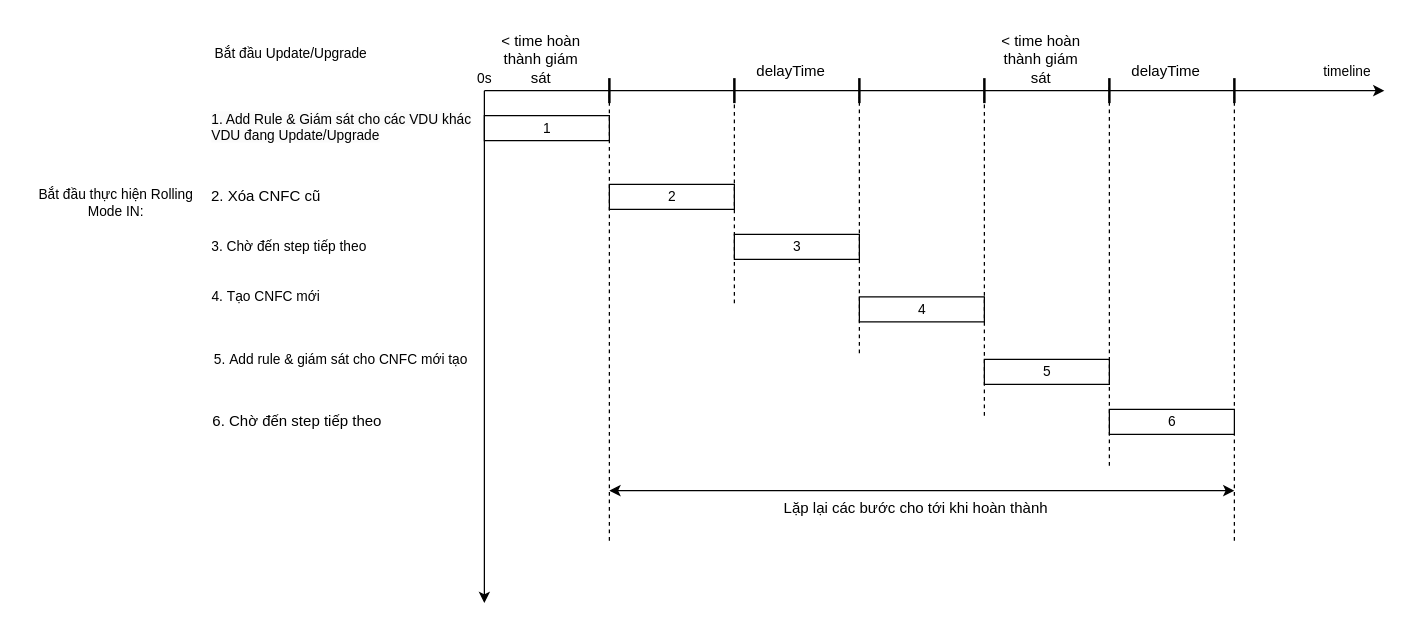
hiep1097/drawio keeps this draw.io diagram as page "timeline rolling in" (9 of 9) of monitoring update upgrade.drawio. Above is the earlier version. Source tidied: cells renumbered, new cells numbered last; positions are measured from the earlier drawing's top-left corner, leaving out a move shared by most shapes. Both pictures are drawn from the tidied source at 125%, with x=0, y=0 at pixel (21, 21).
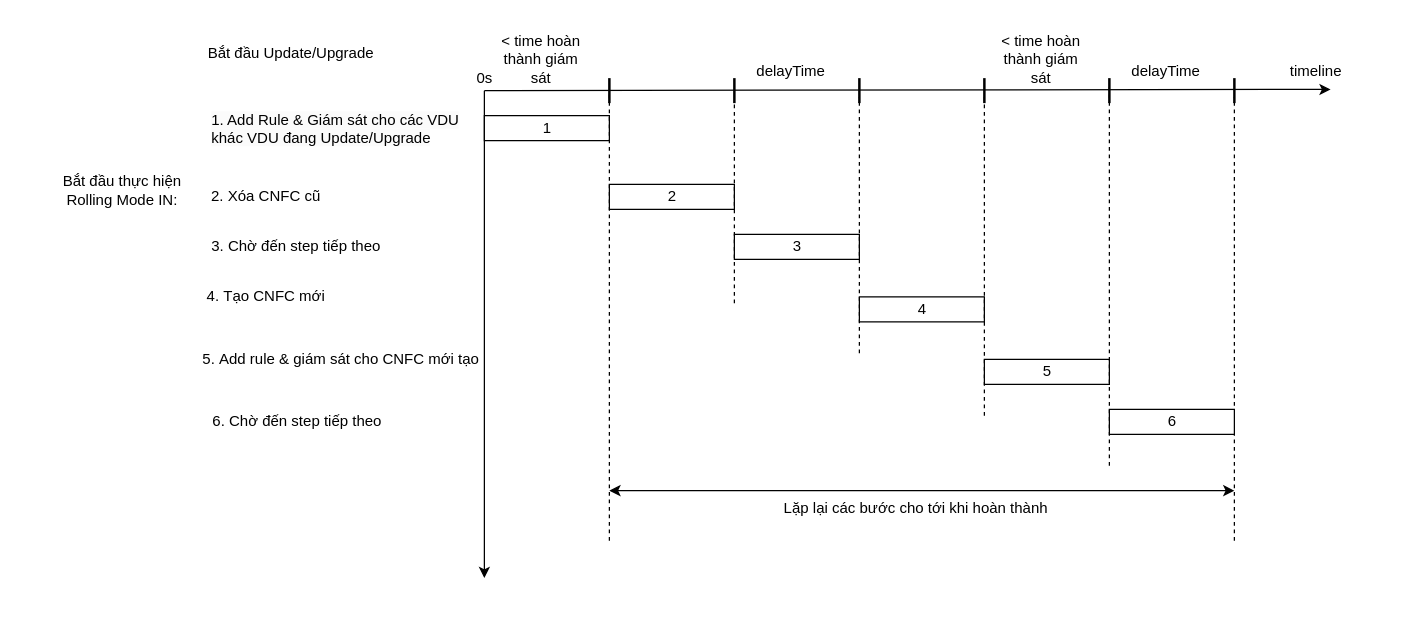
After the change.

Change to the diagram source:
```diff
@@
-    <mxCell id="2" style="endArrow=classic;html=1;rounded=0;fontSize=11;" parent="1" edge="1">
+    <mxCell id="2" style="endArrow=classic;html=1;rounded=0;fontSize=12;entryX=0.7;entryY=0.967;entryDx=0;entryDy=0;entryPerimeter=0;" parent="1" edge="1" target="3">
       <mxGeometry relative="1" as="geometry">
         <mxPoint x="370" y="55" as="sourcePoint" />
-        <mxPoint x="1090" y="55" as="targetPoint" />
       </mxGeometry>
     </mxCell>
-    <mxCell id="3" value="timeline" style="text;html=1;align=center;verticalAlign=middle;points=[];strokeColor=none;fillColor=none;fontSize=11;" parent="1" vertex="1">
-      <mxGeometry x="1030" y="25" width="60" height="30" as="geometry" />
+    <mxCell id="3" value="timeline" style="text;html=1;align=center;verticalAlign=middle;points=[];strokeColor=none;fillColor=none;fontSize=12;" parent="1" vertex="1">
+      <mxGeometry x="1005" y="25" width="60" height="30" as="geometry" />
     </mxCell>
-    <mxCell id="4" value="0s" style="text;html=1;align=center;verticalAlign=middle;strokeColor=none;fillColor=none;fontSize=11;" parent="1" vertex="1">
+    <mxCell id="4" value="0s" style="text;html=1;align=center;verticalAlign=middle;strokeColor=none;fillColor=none;fontSize=12;" parent="1" vertex="1">
       <mxGeometry x="350" y="30" width="40" height="30" as="geometry" />
     </mxCell>
-    <mxCell id="5" style="endArrow=classic;html=1;rounded=0;fontSize=11;" parent="1" edge="1">
+    <mxCell id="5" style="endArrow=classic;html=1;rounded=0;fontSize=12;" parent="1" edge="1">
       <mxGeometry relative="1" as="geometry">
         <mxPoint x="370" y="55" as="sourcePoint" />
-        <mxPoint x="370" y="465" as="targetPoint" />
+        <mxPoint x="370" y="445" as="targetPoint" />
       </mxGeometry>
     </mxCell>
-    <mxCell id="6" value="1" style="html=1;perimeter=orthogonalPerimeter;targetShapes=umlLifeline;newEdgeStyle={&quot;curved&quot;:0,&quot;rounded&quot;:0};fontSize=11;" parent="1" vertex="1">
+    <mxCell id="6" value="1" style="html=1;perimeter=orthogonalPerimeter;targetShapes=umlLifeline;newEdgeStyle={&quot;curved&quot;:0,&quot;rounded&quot;:0};fontSize=12;" parent="1" vertex="1">
       <mxGeometry x="370" y="75" width="100" height="20" as="geometry" />
     </mxCell>
-    <mxCell id="7" style="line;strokeWidth=2;direction=south;html=1;fontSize=11;" parent="1" vertex="1">
+    <mxCell id="7" style="line;strokeWidth=2;direction=south;html=1;fontSize=12;" parent="1" vertex="1">
       <mxGeometry x="565" y="45" width="10" height="20" as="geometry" />
     </mxCell>
-    <mxCell id="8" style="line;strokeWidth=2;direction=south;html=1;fontSize=11;" parent="1" vertex="1">
+    <mxCell id="8" style="line;strokeWidth=2;direction=south;html=1;fontSize=12;" parent="1" vertex="1">
       <mxGeometry x="665" y="45" width="10" height="20" as="geometry" />
     </mxCell>
-    <mxCell id="9" style="line;strokeWidth=2;direction=south;html=1;fontSize=11;" parent="1" vertex="1">
+    <mxCell id="9" style="line;strokeWidth=2;direction=south;html=1;fontSize=12;" parent="1" vertex="1">
       <mxGeometry x="765" y="45" width="10" height="20" as="geometry" />
     </mxCell>
-    <mxCell id="10" style="line;strokeWidth=2;direction=south;html=1;fontSize=11;" parent="1" vertex="1">
+    <mxCell id="10" style="line;strokeWidth=2;direction=south;html=1;fontSize=12;" parent="1" vertex="1">
       <mxGeometry x="865" y="45" width="10" height="20" as="geometry" />
     </mxCell>
-    <mxCell id="11" style="line;strokeWidth=2;direction=south;html=1;fontSize=11;" parent="1" vertex="1">
+    <mxCell id="11" style="line;strokeWidth=2;direction=south;html=1;fontSize=12;" parent="1" vertex="1">
       <mxGeometry x="965" y="45" width="10" height="20" as="geometry" />
     </mxCell>
-    <mxCell id="12" value="Bắt đầu Update/Upgrade" style="text;html=1;align=center;verticalAlign=middle;strokeColor=none;fillColor=none;fontSize=11;" parent="1" vertex="1">
-      <mxGeometry x="140" y="10" width="150" height="30" as="geometry" />
+    <mxCell id="12" value="Bắt đầu Update/Upgrade" style="text;html=1;align=center;verticalAlign=middle;strokeColor=none;fillColor=none;fontSize=12;" parent="1" vertex="1">
+      <mxGeometry x="135" y="10" width="160" height="30" as="geometry" />
     </mxCell>
-    <mxCell id="13" value="2" style="html=1;perimeter=orthogonalPerimeter;targetShapes=umlLifeline;newEdgeStyle={&quot;curved&quot;:0,&quot;rounded&quot;:0};fontSize=11;" parent="1" vertex="1">
+    <mxCell id="13" value="2" style="html=1;perimeter=orthogonalPerimeter;targetShapes=umlLifeline;newEdgeStyle={&quot;curved&quot;:0,&quot;rounded&quot;:0};fontSize=12;" parent="1" vertex="1">
       <mxGeometry x="470" y="130" width="100" height="20" as="geometry" />
     </mxCell>
-    <mxCell id="14" value="3" style="html=1;perimeter=orthogonalPerimeter;targetShapes=umlLifeline;newEdgeStyle={&quot;curved&quot;:0,&quot;rounded&quot;:0};fontSize=11;" parent="1" vertex="1">
+    <mxCell id="14" value="3" style="html=1;perimeter=orthogonalPerimeter;targetShapes=umlLifeline;newEdgeStyle={&quot;curved&quot;:0,&quot;rounded&quot;:0};fontSize=12;" parent="1" vertex="1">
       <mxGeometry x="570" y="170" width="100" height="20" as="geometry" />
     </mxCell>
-    <mxCell id="15" value="4.&amp;nbsp;Tạo CNFC mới" style="text;html=1;align=center;verticalAlign=middle;strokeColor=none;fillColor=none;fontSize=11;" parent="1" vertex="1">
-      <mxGeometry x="140" y="205" width="110" height="30" as="geometry" />
+    <mxCell id="15" value="4.&amp;nbsp;Tạo CNFC mới" style="text;html=1;align=center;verticalAlign=middle;strokeColor=none;fillColor=none;fontSize=12;" parent="1" vertex="1">
+      <mxGeometry x="135" y="205" width="120" height="30" as="geometry" />
     </mxCell>
-    <mxCell id="16" value="3.&amp;nbsp;Chờ đến step tiếp theo" style="text;html=1;align=left;verticalAlign=middle;strokeColor=none;fillColor=none;fontSize=11;" parent="1" vertex="1">
-      <mxGeometry x="150" y="165" width="150" height="30" as="geometry" />
+    <mxCell id="16" value="3.&amp;nbsp;Chờ đến step tiếp theo" style="text;html=1;align=left;verticalAlign=middle;strokeColor=none;fillColor=none;fontSize=12;" parent="1" vertex="1">
+      <mxGeometry x="150" y="165" width="160" height="30" as="geometry" />
     </mxCell>
-    <mxCell id="17" style="endArrow=none;dashed=1;html=1;rounded=0;fontSize=11;" parent="1" edge="1">
+    <mxCell id="17" style="endArrow=none;dashed=1;html=1;rounded=0;fontSize=12;" parent="1" edge="1">
       <mxGeometry relative="1" as="geometry">
         <mxPoint x="470" y="415" as="sourcePoint" />
         <mxPoint x="470" y="55" as="targetPoint" />
       </mxGeometry>
     </mxCell>
-    <mxCell id="18" style="endArrow=none;dashed=1;html=1;rounded=0;fontSize=11;" parent="1" edge="1">
+    <mxCell id="18" style="endArrow=none;dashed=1;html=1;rounded=0;fontSize=12;" parent="1" edge="1">
       <mxGeometry relative="1" as="geometry">
         <mxPoint x="570" y="225" as="sourcePoint" />
         <mxPoint x="570" y="65" as="targetPoint" />
       </mxGeometry>
     </mxCell>
-    <mxCell id="19" style="line;strokeWidth=2;direction=south;html=1;fontSize=11;" parent="1" vertex="1">
+    <mxCell id="19" style="line;strokeWidth=2;direction=south;html=1;fontSize=12;" parent="1" vertex="1">
       <mxGeometry x="465" y="45" width="10" height="20" as="geometry" />
     </mxCell>
-    <mxCell id="20" style="endArrow=none;dashed=1;html=1;rounded=0;entryX=0.75;entryY=0.5;entryDx=0;entryDy=0;entryPerimeter=0;fontSize=11;" parent="1" edge="1" target="8">
+    <mxCell id="20" style="endArrow=none;dashed=1;html=1;rounded=0;entryX=0.75;entryY=0.5;entryDx=0;entryDy=0;entryPerimeter=0;fontSize=12;" parent="1" edge="1" target="8">
       <mxGeometry relative="1" as="geometry">
         <mxPoint x="670" y="265" as="sourcePoint" />
       </mxGeometry>
     </mxCell>
-    <mxCell id="21" value="5.&amp;nbsp;Add rule &amp;amp; giám sát cho CNFC mới tạo" style="text;html=1;align=center;verticalAlign=middle;strokeColor=none;fillColor=none;fontSize=11;" parent="1" vertex="1">
-      <mxGeometry x="140" y="255" width="230" height="30" as="geometry" />
+    <mxCell id="21" value="5.&amp;nbsp;Add rule &amp;amp; giám sát cho CNFC mới tạo" style="text;html=1;align=center;verticalAlign=middle;strokeColor=none;fillColor=none;fontSize=12;" parent="1" vertex="1">
+      <mxGeometry x="135" y="255" width="240" height="30" as="geometry" />
     </mxCell>
-    <mxCell id="22" value="4" style="html=1;perimeter=orthogonalPerimeter;targetShapes=umlLifeline;newEdgeStyle={&quot;curved&quot;:0,&quot;rounded&quot;:0};fontSize=11;" parent="1" vertex="1">
+    <mxCell id="22" value="4" style="html=1;perimeter=orthogonalPerimeter;targetShapes=umlLifeline;newEdgeStyle={&quot;curved&quot;:0,&quot;rounded&quot;:0};fontSize=12;" parent="1" vertex="1">
       <mxGeometry x="670" y="220" width="100" height="20" as="geometry" />
     </mxCell>
-    <mxCell id="23" style="endArrow=none;dashed=1;html=1;rounded=0;entryX=0.75;entryY=0.5;entryDx=0;entryDy=0;entryPerimeter=0;fontSize=11;" parent="1" edge="1">
+    <mxCell id="23" style="endArrow=none;dashed=1;html=1;rounded=0;entryX=0.75;entryY=0.5;entryDx=0;entryDy=0;entryPerimeter=0;fontSize=12;" parent="1" edge="1">
       <mxGeometry relative="1" as="geometry">
         <mxPoint x="770" y="315" as="sourcePoint" />
         <mxPoint x="770" y="60" as="targetPoint" />
       </mxGeometry>
     </mxCell>
-    <mxCell id="24" value="5" style="html=1;perimeter=orthogonalPerimeter;targetShapes=umlLifeline;newEdgeStyle={&quot;curved&quot;:0,&quot;rounded&quot;:0};fontSize=11;" parent="1" vertex="1">
+    <mxCell id="24" value="5" style="html=1;perimeter=orthogonalPerimeter;targetShapes=umlLifeline;newEdgeStyle={&quot;curved&quot;:0,&quot;rounded&quot;:0};fontSize=12;" parent="1" vertex="1">
       <mxGeometry x="770" y="270" width="100" height="20" as="geometry" />
     </mxCell>
-    <mxCell id="25" value="Bắt đầu thực hiện Rolling&lt;br&gt;Mode IN:" style="text;html=1;align=center;verticalAlign=middle;strokeColor=none;fillColor=none;fontSize=11;" parent="1" vertex="1">
-      <mxGeometry y="125" width="150" height="40" as="geometry" />
+    <mxCell id="25" value="Bắt đầu thực hiện &lt;br&gt;Rolling Mode IN:" style="text;html=1;align=center;verticalAlign=middle;strokeColor=none;fillColor=none;fontSize=12;" parent="1" vertex="1">
+      <mxGeometry x="20" y="115" width="120" height="40" as="geometry" />
     </mxCell>
-    <mxCell id="26" value="&lt;span style=&quot;color: rgb(0, 0, 0); font-family: Helvetica; font-size: 11px; font-style: normal; font-variant-ligatures: normal; font-variant-caps: normal; font-weight: 400; letter-spacing: normal; orphans: 2; text-align: center; text-indent: 0px; text-transform: none; widows: 2; word-spacing: 0px; -webkit-text-stroke-width: 0px; background-color: rgb(251, 251, 251); text-decoration-thickness: initial; text-decoration-style: initial; text-decoration-color: initial; float: none; display: inline !important;&quot;&gt;1. Add Rule &amp;amp; Giám sát cho các VDU khác VDU đang Update/Upgrade&lt;/span&gt;" style="text;whiteSpace=wrap;html=1;fontSize=11;" parent="1" vertex="1">
+    <mxCell id="26" value="&lt;span style=&quot;color: rgb(0, 0, 0); font-family: Helvetica; font-size: 12px; font-style: normal; font-variant-ligatures: normal; font-variant-caps: normal; font-weight: 400; letter-spacing: normal; orphans: 2; text-align: center; text-indent: 0px; text-transform: none; widows: 2; word-spacing: 0px; -webkit-text-stroke-width: 0px; background-color: rgb(251, 251, 251); text-decoration-thickness: initial; text-decoration-style: initial; text-decoration-color: initial; float: none; display: inline !important;&quot;&gt;1. Add Rule &amp;amp; Giám sát cho các VDU khác VDU đang Update/Upgrade&lt;/span&gt;" style="text;whiteSpace=wrap;html=1;fontSize=12;" parent="1" vertex="1">
       <mxGeometry x="150" y="65" width="220" height="70" as="geometry" />
     </mxCell>
-    <mxCell id="27" style="endArrow=none;dashed=1;html=1;rounded=0;entryX=0.75;entryY=0.5;entryDx=0;entryDy=0;entryPerimeter=0;fontSize=11;" parent="1" edge="1">
+    <mxCell id="27" style="endArrow=none;dashed=1;html=1;rounded=0;entryX=0.75;entryY=0.5;entryDx=0;entryDy=0;entryPerimeter=0;fontSize=12;" parent="1" edge="1">
       <mxGeometry relative="1" as="geometry">
         <mxPoint x="870" y="355" as="sourcePoint" />
         <mxPoint x="870" y="50" as="targetPoint" />
       </mxGeometry>
     </mxCell>
-    <mxCell id="28" value="delayTime" style="text;html=1;align=center;verticalAlign=middle;strokeColor=none;fillColor=none;" parent="1" vertex="1">
+    <mxCell id="28" value="delayTime" style="text;html=1;align=center;verticalAlign=middle;strokeColor=none;fillColor=none;fontSize=12;" parent="1" vertex="1">
       <mxGeometry x="575" y="25" width="80" height="30" as="geometry" />
     </mxCell>
-    <mxCell id="29" value="2. Xóa CNFC cũ" style="text;html=1;align=center;verticalAlign=middle;strokeColor=none;fillColor=none;" parent="1" vertex="1">
+    <mxCell id="29" value="2. Xóa CNFC cũ" style="text;html=1;align=center;verticalAlign=middle;strokeColor=none;fillColor=none;fontSize=12;" parent="1" vertex="1">
       <mxGeometry x="140" y="125" width="110" height="30" as="geometry" />
     </mxCell>
-    <mxCell id="30" value="6. Chờ đến step tiếp theo" style="text;html=1;align=center;verticalAlign=middle;strokeColor=none;fillColor=none;" parent="1" vertex="1">
+    <mxCell id="30" value="6. Chờ đến step tiếp theo" style="text;html=1;align=center;verticalAlign=middle;strokeColor=none;fillColor=none;fontSize=12;" parent="1" vertex="1">
       <mxGeometry x="140" y="305" width="160" height="30" as="geometry" />
     </mxCell>
-    <mxCell id="31" style="endArrow=none;dashed=1;html=1;rounded=0;entryX=0.75;entryY=0.5;entryDx=0;entryDy=0;entryPerimeter=0;fontSize=11;" parent="1" edge="1">
+    <mxCell id="31" style="endArrow=none;dashed=1;html=1;rounded=0;entryX=0.75;entryY=0.5;entryDx=0;entryDy=0;entryPerimeter=0;fontSize=12;" parent="1" edge="1">
       <mxGeometry relative="1" as="geometry">
         <mxPoint x="970" y="415" as="sourcePoint" />
         <mxPoint x="970" y="60" as="targetPoint" />
       </mxGeometry>
     </mxCell>
-    <mxCell id="32" value="6" style="html=1;perimeter=orthogonalPerimeter;targetShapes=umlLifeline;newEdgeStyle={&quot;curved&quot;:0,&quot;rounded&quot;:0};fontSize=11;" parent="1" vertex="1">
+    <mxCell id="32" value="6" style="html=1;perimeter=orthogonalPerimeter;targetShapes=umlLifeline;newEdgeStyle={&quot;curved&quot;:0,&quot;rounded&quot;:0};fontSize=12;" parent="1" vertex="1">
       <mxGeometry x="870" y="310" width="100" height="20" as="geometry" />
     </mxCell>
-    <mxCell id="33" value="delayTime" style="text;html=1;align=center;verticalAlign=middle;strokeColor=none;fillColor=none;" parent="1" vertex="1">
+    <mxCell id="33" value="delayTime" style="text;html=1;align=center;verticalAlign=middle;strokeColor=none;fillColor=none;fontSize=12;" parent="1" vertex="1">
       <mxGeometry x="875" y="25" width="80" height="30" as="geometry" />
     </mxCell>
-    <mxCell id="34" style="endArrow=classic;startArrow=classic;html=1;rounded=0;" parent="1" edge="1">
+    <mxCell id="34" style="endArrow=classic;startArrow=classic;html=1;rounded=0;fontSize=12;" parent="1" edge="1">
       <mxGeometry relative="1" as="geometry">
         <mxPoint x="470" y="375" as="sourcePoint" />
         <mxPoint x="970" y="375" as="targetPoint" />
       </mxGeometry>
     </mxCell>
-    <mxCell id="35" value="Lặp lại các bước cho tới khi hoàn thành" style="text;html=1;align=center;verticalAlign=middle;strokeColor=none;fillColor=none;" parent="1" vertex="1">
+    <mxCell id="35" value="Lặp lại các bước cho tới khi hoàn thành" style="text;html=1;align=center;verticalAlign=middle;strokeColor=none;fillColor=none;fontSize=12;" parent="1" vertex="1">
       <mxGeometry x="600" y="374" width="230" height="30" as="geometry" />
     </mxCell>
-    <mxCell id="36" value="&amp;lt; time hoàn &lt;br&gt;thành giám &lt;br&gt;sát" style="text;html=1;align=center;verticalAlign=middle;strokeColor=none;fillColor=none;" parent="1" vertex="1">
+    <mxCell id="36" value="&amp;lt; time hoàn &lt;br style=&quot;font-size: 12px;&quot;&gt;thành giám &lt;br style=&quot;font-size: 12px;&quot;&gt;sát" style="text;html=1;align=center;verticalAlign=middle;strokeColor=none;fillColor=none;fontSize=12;" parent="1" vertex="1">
       <mxGeometry x="370" width="90" height="60" as="geometry" />
     </mxCell>
-    <mxCell id="37" value="&amp;lt; time hoàn &lt;br&gt;thành giám &lt;br&gt;sát" style="text;html=1;align=center;verticalAlign=middle;strokeColor=none;fillColor=none;" parent="1" vertex="1">
+    <mxCell id="37" value="&amp;lt; time hoàn &lt;br style=&quot;font-size: 12px;&quot;&gt;thành giám &lt;br style=&quot;font-size: 12px;&quot;&gt;sát" style="text;html=1;align=center;verticalAlign=middle;strokeColor=none;fillColor=none;fontSize=12;" parent="1" vertex="1">
       <mxGeometry x="770" width="90" height="60" as="geometry" />
     </mxCell>
```
